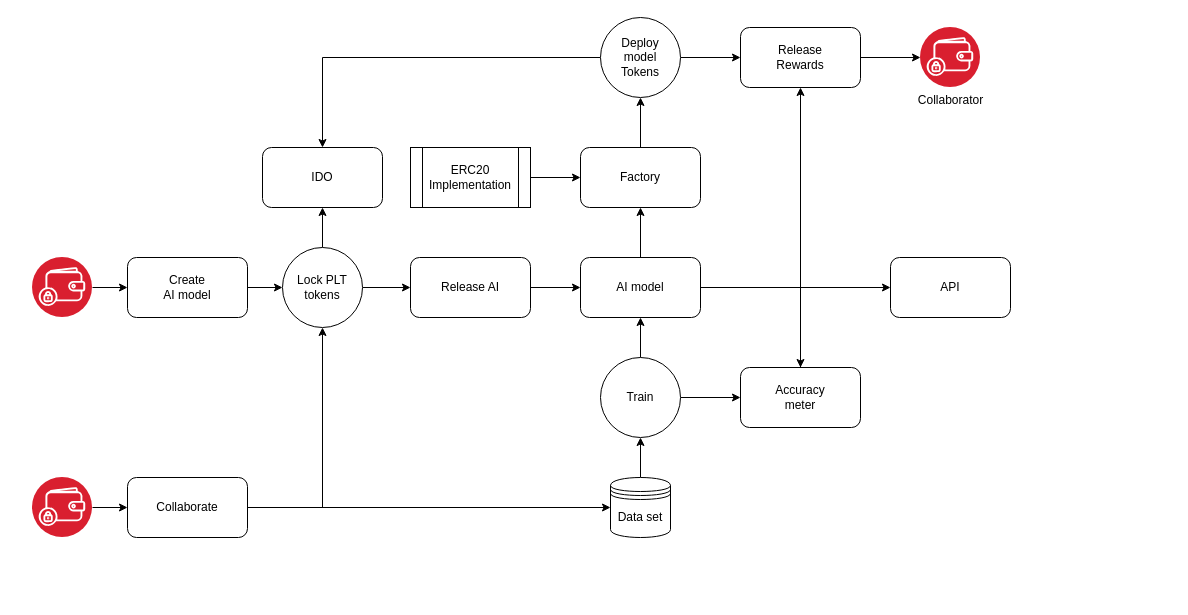
The draw.io diagram AIblockchainModel.drawio in ali-05-ahmed/Concept-Diagrams, before the edit. Source tidied: cells renumbered, new cells numbered last; positions are measured from the earlier drawing's top-left corner, leaving out a move shared by most shapes. Both pictures are drawn from the tidied source at 100%, with x=0, y=0 at pixel (32, 17).
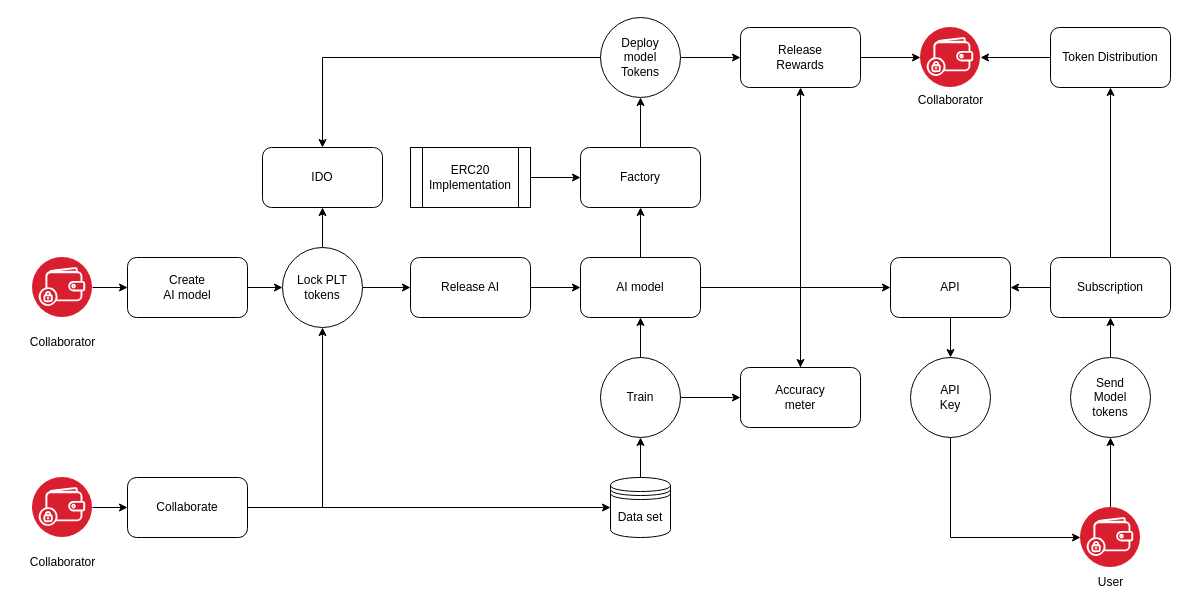
Above is the later version.

The change refers to these unchanged cells:
```xml
<mxCell id="32" style="image;perimeter=ellipsePerimeter;html=1;align=center;shadow=0;dashed=0;fontColor=#4277BB;labelBackgroundColor=default;fontSize=12;spacingTop=3;image=img/lib/ibm/blockchain/wallet.svg;" parent="1" vertex="1">
  <mxGeometry x="888" y="10" width="60" height="60" as="geometry" />
</mxCell>
<mxCell id="34" value="API" style="rounded=1;whiteSpace=wrap;html=1;" parent="1" vertex="1">
  <mxGeometry x="858" y="240" width="120" height="60" as="geometry" />
</mxCell>
```

The edit, as a diff of the source:
```diff
@@
+    <mxCell id="40" style="edgeStyle=orthogonalEdgeStyle;rounded=0;jettySize=auto;html=1;" parent="1" edge="1" source="34" target="52">
+      <mxGeometry relative="1" as="geometry" />
+    </mxCell>
@@
+    <mxCell id="41" value="Collaborator" style="text;html=1;align=center;verticalAlign=middle;strokeColor=none;fillColor=none;" parent="1" vertex="1">
+      <mxGeometry x="-15" y="310" width="90" height="30" as="geometry" />
+    </mxCell>
+    <mxCell id="42" value="Collaborator" style="text;html=1;align=center;verticalAlign=middle;strokeColor=none;fillColor=none;" parent="1" vertex="1">
+      <mxGeometry x="-15" y="530" width="90" height="30" as="geometry" />
+    </mxCell>
+    <mxCell id="43" style="edgeStyle=orthogonalEdgeStyle;rounded=0;jettySize=auto;html=1;" parent="1" edge="1" source="44" target="47">
+      <mxGeometry relative="1" as="geometry" />
+    </mxCell>
+    <mxCell id="44" style="image;perimeter=ellipsePerimeter;html=1;align=center;shadow=0;dashed=0;fontColor=#4277BB;labelBackgroundColor=default;fontSize=12;spacingTop=3;image=img/lib/ibm/blockchain/wallet.svg;" parent="1" vertex="1">
+      <mxGeometry x="1048" y="490" width="60" height="60" as="geometry" />
+    </mxCell>
+    <mxCell id="45" value="User" style="text;html=1;align=center;verticalAlign=middle;strokeColor=none;fillColor=none;" parent="1" vertex="1">
+      <mxGeometry x="1053" y="550" width="50" height="30" as="geometry" />
+    </mxCell>
+    <mxCell id="46" style="edgeStyle=orthogonalEdgeStyle;rounded=0;jettySize=auto;html=1;" parent="1" edge="1" source="47" target="50">
+      <mxGeometry relative="1" as="geometry" />
+    </mxCell>
+    <mxCell id="47" value="Send&lt;br&gt;Model&lt;br&gt;tokens" style="ellipse;whiteSpace=wrap;html=1;" parent="1" vertex="1">
+      <mxGeometry x="1038" y="340" width="80" height="80" as="geometry" />
+    </mxCell>
+    <mxCell id="48" style="edgeStyle=orthogonalEdgeStyle;rounded=0;jettySize=auto;html=1;" parent="1" edge="1" source="50" target="34">
+      <mxGeometry relative="1" as="geometry" />
+    </mxCell>
+    <mxCell id="49" style="edgeStyle=orthogonalEdgeStyle;rounded=0;jettySize=auto;html=1;" parent="1" edge="1" source="50" target="54">
+      <mxGeometry relative="1" as="geometry" />
+    </mxCell>
+    <mxCell id="50" value="Subscription" style="rounded=1;whiteSpace=wrap;html=1;" parent="1" vertex="1">
+      <mxGeometry x="1018" y="240" width="120" height="60" as="geometry" />
+    </mxCell>
+    <mxCell id="51" style="edgeStyle=orthogonalEdgeStyle;rounded=0;jettySize=auto;html=1;entryX=0;entryY=0.5;entryDx=0;entryDy=0;" parent="1" edge="1" source="52" target="44">
+      <mxGeometry relative="1" as="geometry">
+        <Array as="points">
+          <mxPoint x="918" y="520" />
+        </Array>
+      </mxGeometry>
+    </mxCell>
+    <mxCell id="52" value="API&lt;div&gt;Key&lt;/div&gt;" style="ellipse;whiteSpace=wrap;html=1;" parent="1" vertex="1">
+      <mxGeometry x="878" y="340" width="80" height="80" as="geometry" />
+    </mxCell>
+    <mxCell id="53" style="edgeStyle=orthogonalEdgeStyle;rounded=0;jettySize=auto;html=1;entryX=1;entryY=0.5;entryDx=0;entryDy=0;" parent="1" edge="1" source="54" target="32">
+      <mxGeometry relative="1" as="geometry" />
+    </mxCell>
+    <mxCell id="54" value="Token Distribution" style="rounded=1;whiteSpace=wrap;html=1;" parent="1" vertex="1">
+      <mxGeometry x="1018" y="10" width="120" height="60" as="geometry" />
+    </mxCell>
```
